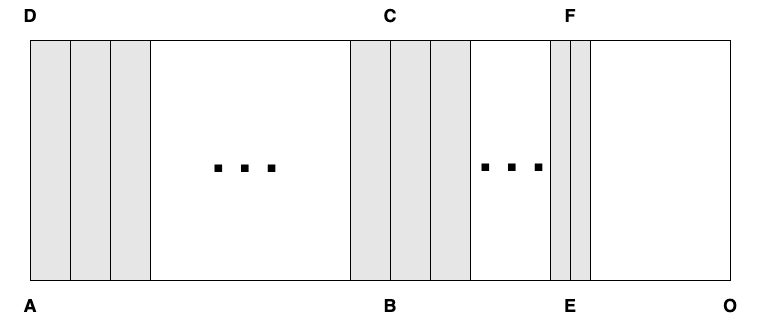
Above: euclid/ABEOnm.png in nikitadanilov/nikitadanilov.github.io (draw.io), before the change. Source tidied: cells renumbered, new cells last; positions are measured from the earlier drawing's top-left corner, leaving out a move shared by most shapes.
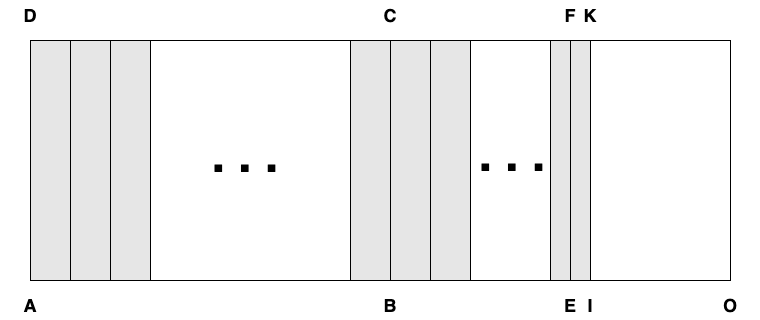
The same file after the commit.

What changed in the source:
```diff
@@ -59,5 +59,11 @@
     <mxCell id="20" value="&lt;b&gt;&lt;font style=&quot;font-size: 48px;&quot;&gt;. . .&lt;/font&gt;&lt;/b&gt;" style="text;html=1;align=center;verticalAlign=middle;whiteSpace=wrap;rounded=0;" parent="1" vertex="1">
       <mxGeometry x="477" y="139" width="70" height="30" as="geometry" />
     </mxCell>
+    <mxCell id="21" value="&lt;span style=&quot;font-size: 18px;&quot;&gt;&lt;b&gt;I&lt;/b&gt;&lt;/span&gt;" style="text;html=1;align=center;verticalAlign=middle;whiteSpace=wrap;rounded=0;" parent="1" vertex="1">
+      <mxGeometry x="560" y="290" width="60" height="30" as="geometry" />
+    </mxCell>
+    <mxCell id="22" value="&lt;span style=&quot;font-size: 18px;&quot;&gt;&lt;b&gt;K&lt;/b&gt;&lt;/span&gt;" style="text;html=1;align=center;verticalAlign=middle;whiteSpace=wrap;rounded=0;" parent="1" vertex="1">
+      <mxGeometry x="560" width="60" height="30" as="geometry" />
+    </mxCell>
   </root>
 </mxGraphModel>
```
